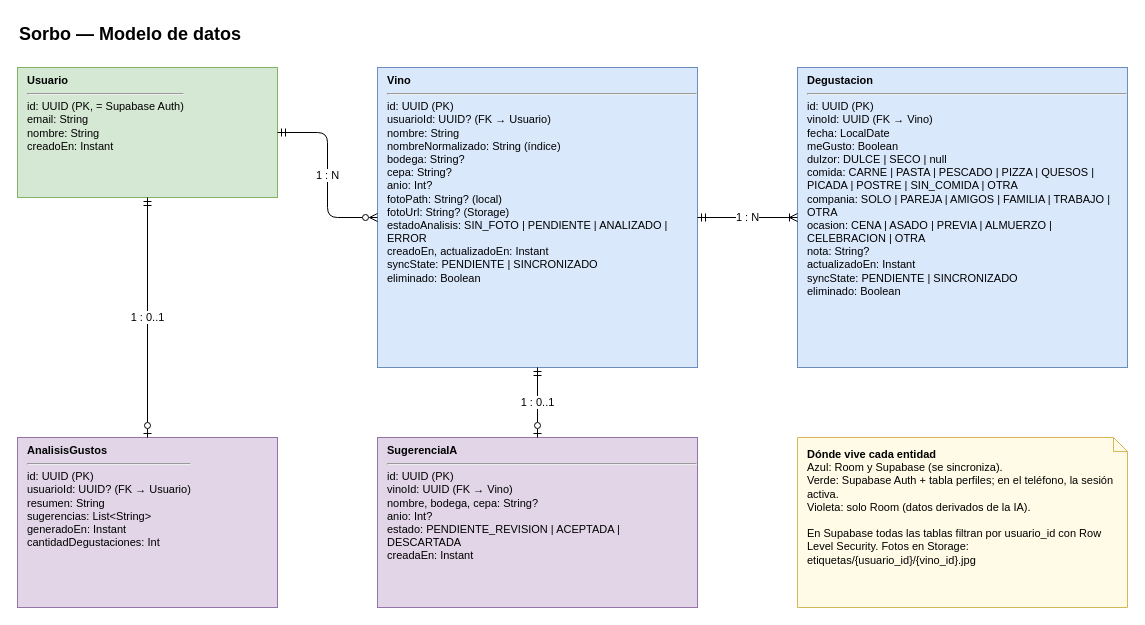
Above: page "Modelo de datos" (5 of 5) of docs/diagramas/sorbo.drawio in alejogarciabosio/sorbo-app (draw.io), before the change. Source tidied: cells renumbered, new cells numbered last; positions are measured from the earlier drawing's top-left corner, leaving out a move shared by most shapes. Both pictures are drawn from the tidied source at 100%, with x=0, y=0 at pixel (17, 17).
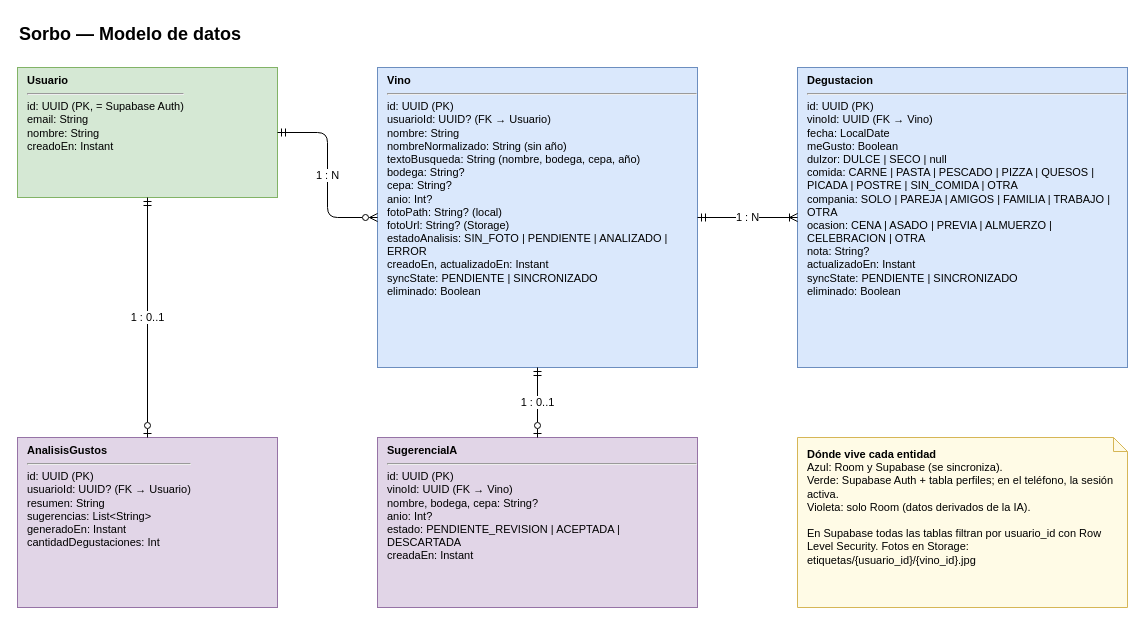
After the change.

Commit message (it also covers changes not shown here):
docs: modelo de datos con textoBusqueda y flechas del flujo sin atributos repetidos

What changed in the source:
```diff
@@
 <mxGraphModel>
   <root>
     <mxCell id="0" />
     <mxCell id="1" parent="0" />
     <mxCell id="2" value="Sorbo — Modelo de datos" style="text;html=1;fontSize=18;fontStyle=1;align=left;" parent="1" vertex="1">
       <mxGeometry width="600" height="30" as="geometry" />
     </mxCell>
     <mxCell id="3" value="&lt;b&gt;Usuario&lt;/b&gt;&lt;hr&gt;id: UUID (PK, = Supabase Auth)&lt;br&gt;email: String&lt;br&gt;nombre: String&lt;br&gt;creadoEn: Instant" style="rounded=0;whiteSpace=wrap;html=1;align=left;verticalAlign=top;spacingLeft=8;fontSize=11;fillColor=#d5e8d4;strokeColor=#82b366;" parent="1" vertex="1">
       <mxGeometry y="50" width="260" height="130" as="geometry" />
     </mxCell>
-    <mxCell id="4" value="&lt;b&gt;Vino&lt;/b&gt;&lt;hr&gt;id: UUID (PK)&lt;br&gt;usuarioId: UUID? (FK → Usuario)&lt;br&gt;nombre: String&lt;br&gt;nombreNormalizado: String (índice)&lt;br&gt;bodega: String?&lt;br&gt;cepa: String?&lt;br&gt;anio: Int?&lt;br&gt;fotoPath: String? (local)&lt;br&gt;fotoUrl: String? (Storage)&lt;br&gt;estadoAnalisis: SIN_FOTO | PENDIENTE | ANALIZADO | ERROR&lt;br&gt;creadoEn, actualizadoEn: Instant&lt;br&gt;syncState: PENDIENTE | SINCRONIZADO&lt;br&gt;eliminado: Boolean" style="rounded=0;whiteSpace=wrap;html=1;align=left;verticalAlign=top;spacingLeft=8;fontSize=11;fillColor=#dae8fc;strokeColor=#6c8ebf;" parent="1" vertex="1">
+    <mxCell id="4" value="&lt;b&gt;Vino&lt;/b&gt;&lt;hr&gt;id: UUID (PK)&lt;br&gt;usuarioId: UUID? (FK → Usuario)&lt;br&gt;nombre: String&lt;br&gt;nombreNormalizado: String (sin año)&lt;br&gt;textoBusqueda: String (nombre, bodega, cepa, año)&lt;br&gt;bodega: String?&lt;br&gt;cepa: String?&lt;br&gt;anio: Int?&lt;br&gt;fotoPath: String? (local)&lt;br&gt;fotoUrl: String? (Storage)&lt;br&gt;estadoAnalisis: SIN_FOTO | PENDIENTE | ANALIZADO | ERROR&lt;br&gt;creadoEn, actualizadoEn: Instant&lt;br&gt;syncState: PENDIENTE | SINCRONIZADO&lt;br&gt;eliminado: Boolean" style="rounded=0;whiteSpace=wrap;html=1;align=left;verticalAlign=top;spacingLeft=8;fontSize=11;fillColor=#dae8fc;strokeColor=#6c8ebf;" parent="1" vertex="1">
       <mxGeometry x="360" y="50" width="320" height="300" as="geometry" />
     </mxCell>
     <mxCell id="5" value="&lt;b&gt;Degustacion&lt;/b&gt;&lt;hr&gt;id: UUID (PK)&lt;br&gt;vinoId: UUID (FK → Vino)&lt;br&gt;fecha: LocalDate&lt;br&gt;meGusto: Boolean&lt;br&gt;dulzor: DULCE | SECO | null&lt;br&gt;comida: CARNE | PASTA | PESCADO | PIZZA | QUESOS | PICADA | POSTRE | SIN_COMIDA | OTRA&lt;br&gt;compania: SOLO | PAREJA | AMIGOS | FAMILIA | TRABAJO | OTRA&lt;br&gt;ocasion: CENA | ASADO | PREVIA | ALMUERZO | CELEBRACION | OTRA&lt;br&gt;nota: String?&lt;br&gt;actualizadoEn: Instant&lt;br&gt;syncState: PENDIENTE | SINCRONIZADO&lt;br&gt;eliminado: Boolean" style="rounded=0;whiteSpace=wrap;html=1;align=left;verticalAlign=top;spacingLeft=8;fontSize=11;fillColor=#dae8fc;strokeColor=#6c8ebf;" parent="1" vertex="1">
       <mxGeometry x="780" y="50" width="330" height="300" as="geometry" />
     </mxCell>
     <mxCell id="6" value="&lt;b&gt;SugerenciaIA&lt;/b&gt;&lt;hr&gt;id: UUID (PK)&lt;br&gt;vinoId: UUID (FK → Vino)&lt;br&gt;nombre, bodega, cepa: String?&lt;br&gt;anio: Int?&lt;br&gt;estado: PENDIENTE_REVISION | ACEPTADA | DESCARTADA&lt;br&gt;creadaEn: Instant" style="rounded=0;whiteSpace=wrap;html=1;align=left;verticalAlign=top;spacingLeft=8;fontSize=11;fillColor=#e1d5e7;strokeColor=#9673a6;" parent="1" vertex="1">
       <mxGeometry x="360" y="420" width="320" height="170" as="geometry" />
     </mxCell>
     <mxCell id="7" value="&lt;b&gt;AnalisisGustos&lt;/b&gt;&lt;hr&gt;id: UUID (PK)&lt;br&gt;usuarioId: UUID? (FK → Usuario)&lt;br&gt;resumen: String&lt;br&gt;sugerencias: List&amp;lt;String&amp;gt;&lt;br&gt;generadoEn: Instant&lt;br&gt;cantidadDegustaciones: Int" style="rounded=0;whiteSpace=wrap;html=1;align=left;verticalAlign=top;spacingLeft=8;fontSize=11;fillColor=#e1d5e7;strokeColor=#9673a6;" parent="1" vertex="1">
       <mxGeometry y="420" width="260" height="170" as="geometry" />
     </mxCell>
     <mxCell id="8" value="&lt;b&gt;Dónde vive cada entidad&lt;/b&gt;&lt;br&gt;Azul: Room y Supabase (se sincroniza).&lt;br&gt;Verde: Supabase Auth + tabla perfiles; en el teléfono, la sesión activa.&lt;br&gt;Violeta: solo Room (datos derivados de la IA).&lt;br&gt;&lt;br&gt;En Supabase todas las tablas filtran por usuario_id con Row Level Security. Fotos en Storage: etiquetas/{usuario_id}/{vino_id}.jpg" style="shape=note;whiteSpace=wrap;html=1;size=14;fillColor=#fffbe6;strokeColor=#d6b656;align=left;verticalAlign=top;spacingLeft=8;spacingTop=4;fontSize=11;" parent="1" vertex="1">
       <mxGeometry x="780" y="420" width="330" height="170" as="geometry" />
     </mxCell>
     <mxCell id="9" value="1 : N" style="edgeStyle=orthogonalEdgeStyle;html=1;startArrow=ERmandOne;endArrow=ERzeroToMany;startFill=0;endFill=0;" parent="1" edge="1" source="3" target="4">
       <mxGeometry relative="1" as="geometry" />
     </mxCell>
     <mxCell id="10" value="1 : N" style="edgeStyle=orthogonalEdgeStyle;html=1;startArrow=ERmandOne;endArrow=ERoneToMany;startFill=0;endFill=0;" parent="1" edge="1" source="4" target="5">
       <mxGeometry relative="1" as="geometry" />
     </mxCell>
     <mxCell id="11" value="1 : 0..1" style="edgeStyle=orthogonalEdgeStyle;html=1;startArrow=ERmandOne;endArrow=ERzeroToOne;startFill=0;endFill=0;" parent="1" edge="1" source="4" target="6">
       <mxGeometry relative="1" as="geometry" />
     </mxCell>
     <mxCell id="12" value="1 : 0..1" style="edgeStyle=orthogonalEdgeStyle;html=1;startArrow=ERmandOne;endArrow=ERzeroToOne;startFill=0;endFill=0;" parent="1" edge="1" source="3" target="7">
       <mxGeometry relative="1" as="geometry" />
     </mxCell>
   </root>
 </mxGraphModel>
```
